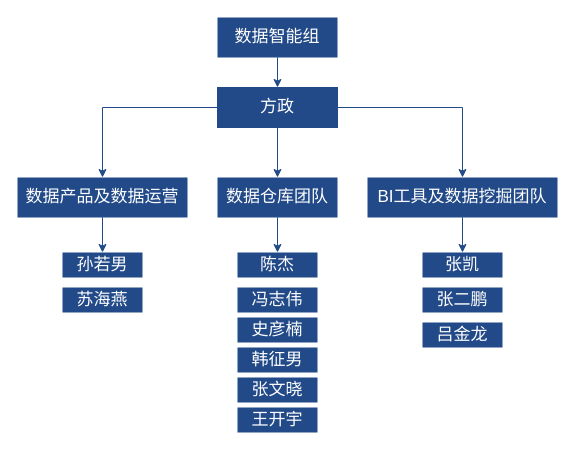
The draw.io diagram pet_data_warehouse/数据团队组织架构.drawio in fangzheng0518/draw, before the edit. Source tidied: cells renumbered, new cells numbered last; positions are measured from the earlier drawing's top-left corner, leaving out a move shared by most shapes. Both pictures are drawn from the tidied source at 100%, with x=0, y=0 at pixel (17, 17).
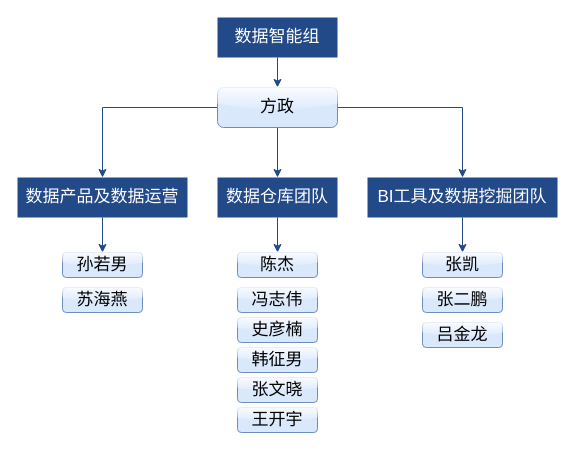
The same diagram, later.

Commit message (it also covers changes not shown here):
更新数据团队组织架构.drawio

What changed in the source:
```diff
@@
-    <mxCell id="7" value="&lt;span style=&quot;font-size: 17px&quot;&gt;方政&lt;/span&gt;" style="rounded=0;whiteSpace=wrap;html=1;fontColor=#FFFFFF;strokeColor=#224a88;fillColor=#224a88;" parent="1" vertex="1">
+    <mxCell id="7" value="&lt;span style=&quot;font-size: 17px&quot;&gt;方政&lt;/span&gt;" style="rounded=1;whiteSpace=wrap;html=1;strokeColor=#6c8ebf;fillColor=#dae8fc;glass=1;" parent="1" vertex="1">
       <mxGeometry x="200" y="70" width="120" height="40" as="geometry" />
     </mxCell>
@@
-    <mxCell id="14" value="&lt;span style=&quot;font-size: 17px&quot;&gt;孙若男&lt;/span&gt;" style="rounded=0;whiteSpace=wrap;html=1;fontColor=#FFFFFF;strokeColor=none;fillColor=#224a88;" parent="1" vertex="1">
+    <mxCell id="14" value="&lt;span style=&quot;font-size: 17px&quot;&gt;孙若男&lt;/span&gt;" style="rounded=1;whiteSpace=wrap;html=1;strokeColor=#6c8ebf;fillColor=#dae8fc;glass=1;" parent="1" vertex="1">
       <mxGeometry x="45" y="235" width="80" height="25" as="geometry" />
     </mxCell>
-    <mxCell id="15" value="&lt;span style=&quot;font-size: 17px&quot;&gt;苏海燕&lt;/span&gt;" style="rounded=0;whiteSpace=wrap;html=1;fontColor=#FFFFFF;strokeColor=none;fillColor=#224a88;" parent="1" vertex="1">
+    <mxCell id="15" value="&lt;span style=&quot;font-size: 17px&quot;&gt;苏海燕&lt;/span&gt;" style="rounded=1;whiteSpace=wrap;html=1;strokeColor=#6c8ebf;fillColor=#dae8fc;glass=1;" parent="1" vertex="1">
       <mxGeometry x="45" y="270" width="80" height="25" as="geometry" />
     </mxCell>
-    <mxCell id="16" value="&lt;span style=&quot;font-size: 17px&quot;&gt;陈杰&lt;/span&gt;" style="rounded=0;whiteSpace=wrap;html=1;fontColor=#FFFFFF;strokeColor=none;fillColor=#224a88;" parent="1" vertex="1">
+    <mxCell id="16" value="&lt;span style=&quot;font-size: 17px&quot;&gt;陈杰&lt;/span&gt;" style="rounded=1;whiteSpace=wrap;html=1;strokeColor=#6c8ebf;fillColor=#dae8fc;glass=1;shadow=0;" parent="1" vertex="1">
       <mxGeometry x="220" y="235" width="80" height="25" as="geometry" />
     </mxCell>
-    <mxCell id="17" value="&lt;span style=&quot;font-size: 17px&quot;&gt;冯志伟&lt;/span&gt;" style="rounded=0;whiteSpace=wrap;html=1;fontColor=#FFFFFF;strokeColor=none;fillColor=#224a88;" parent="1" vertex="1">
+    <mxCell id="17" value="&lt;span style=&quot;font-size: 17px&quot;&gt;冯志伟&lt;/span&gt;" style="rounded=1;whiteSpace=wrap;html=1;strokeColor=#6c8ebf;fillColor=#dae8fc;glass=1;shadow=0;" parent="1" vertex="1">
       <mxGeometry x="220" y="270" width="80" height="25" as="geometry" />
     </mxCell>
-    <mxCell id="18" value="&lt;span style=&quot;font-size: 17px&quot;&gt;史彦楠&lt;/span&gt;" style="rounded=0;whiteSpace=wrap;html=1;fontColor=#FFFFFF;strokeColor=none;fillColor=#224a88;" parent="1" vertex="1">
+    <mxCell id="18" value="&lt;span style=&quot;font-size: 17px&quot;&gt;史彦楠&lt;/span&gt;" style="rounded=1;whiteSpace=wrap;html=1;strokeColor=#6c8ebf;fillColor=#dae8fc;glass=1;shadow=0;" parent="1" vertex="1">
       <mxGeometry x="220" y="300" width="80" height="25" as="geometry" />
     </mxCell>
-    <mxCell id="19" value="&lt;span style=&quot;font-size: 17px&quot;&gt;韩征男&lt;/span&gt;" style="rounded=0;whiteSpace=wrap;html=1;fontColor=#FFFFFF;strokeColor=none;fillColor=#224a88;" parent="1" vertex="1">
+    <mxCell id="19" value="&lt;span style=&quot;font-size: 17px&quot;&gt;韩征男&lt;/span&gt;" style="rounded=1;whiteSpace=wrap;html=1;strokeColor=#6c8ebf;fillColor=#dae8fc;glass=1;shadow=0;" parent="1" vertex="1">
       <mxGeometry x="220" y="330" width="80" height="25" as="geometry" />
     </mxCell>
-    <mxCell id="20" value="&lt;span style=&quot;font-size: 17px&quot;&gt;张文晓&lt;/span&gt;" style="rounded=0;whiteSpace=wrap;html=1;fontColor=#FFFFFF;strokeColor=none;fillColor=#224a88;" parent="1" vertex="1">
+    <mxCell id="20" value="&lt;span style=&quot;font-size: 17px&quot;&gt;张文晓&lt;/span&gt;" style="rounded=1;whiteSpace=wrap;html=1;strokeColor=#6c8ebf;fillColor=#dae8fc;glass=1;shadow=0;" parent="1" vertex="1">
       <mxGeometry x="220" y="360" width="80" height="25" as="geometry" />
     </mxCell>
-    <mxCell id="21" value="&lt;span style=&quot;font-size: 17px&quot;&gt;王开宇&lt;/span&gt;" style="rounded=0;whiteSpace=wrap;html=1;fontColor=#FFFFFF;strokeColor=none;fillColor=#224a88;" parent="1" vertex="1">
+    <mxCell id="21" value="&lt;span style=&quot;font-size: 17px&quot;&gt;王开宇&lt;/span&gt;" style="rounded=1;whiteSpace=wrap;html=1;strokeColor=#6c8ebf;fillColor=#dae8fc;glass=1;shadow=0;" parent="1" vertex="1">
       <mxGeometry x="220" y="390" width="80" height="25" as="geometry" />
     </mxCell>
-    <mxCell id="22" value="&lt;span style=&quot;font-size: 17px&quot;&gt;张凯&lt;/span&gt;" style="rounded=0;whiteSpace=wrap;html=1;fontColor=#FFFFFF;strokeColor=none;fillColor=#224a88;" parent="1" vertex="1">
+    <mxCell id="22" value="&lt;span style=&quot;font-size: 17px&quot;&gt;张凯&lt;/span&gt;" style="rounded=1;whiteSpace=wrap;html=1;strokeColor=#6c8ebf;fillColor=#dae8fc;glass=1;" parent="1" vertex="1">
       <mxGeometry x="405" y="235" width="80" height="25" as="geometry" />
     </mxCell>
-    <mxCell id="23" value="&lt;span style=&quot;font-size: 17px&quot;&gt;张二鹏&lt;/span&gt;" style="rounded=0;whiteSpace=wrap;html=1;fontColor=#FFFFFF;strokeColor=none;fillColor=#224a88;" parent="1" vertex="1">
+    <mxCell id="23" value="&lt;span style=&quot;font-size: 17px&quot;&gt;张二鹏&lt;/span&gt;" style="rounded=1;whiteSpace=wrap;html=1;strokeColor=#6c8ebf;fillColor=#dae8fc;glass=1;" parent="1" vertex="1">
       <mxGeometry x="405" y="270" width="80" height="25" as="geometry" />
     </mxCell>
-    <mxCell id="24" value="&lt;span style=&quot;font-size: 17px&quot;&gt;吕金龙&lt;/span&gt;" style="rounded=0;whiteSpace=wrap;html=1;fontColor=#FFFFFF;strokeColor=none;fillColor=#224a88;" parent="1" vertex="1">
+    <mxCell id="24" value="&lt;span style=&quot;font-size: 17px&quot;&gt;吕金龙&lt;/span&gt;" style="rounded=1;whiteSpace=wrap;html=1;strokeColor=#6c8ebf;fillColor=#dae8fc;glass=1;" parent="1" vertex="1">
       <mxGeometry x="405" y="305" width="80" height="25" as="geometry" />
     </mxCell>
-    <mxCell id="25" style="edgeStyle=orthogonalEdgeStyle;rounded=0;orthogonalLoop=1;jettySize=auto;html=1;exitX=0.5;exitY=1;exitDx=0;exitDy=0;strokeColor=#224A88;fontColor=#FFFFFF;" parent="1" edge="1" source="23" target="23">
+    <mxCell id="25" style="edgeStyle=orthogonalEdgeStyle;rounded=0;orthogonalLoop=1;jettySize=auto;html=1;exitX=0.5;exitY=1;exitDx=0;exitDy=0;strokeColor=#6c8ebf;fontColor=#FFFFFF;fillColor=#dae8fc;" parent="1" edge="1" source="23" target="23">
       <mxGeometry relative="1" as="geometry" />
     </mxCell>
```
